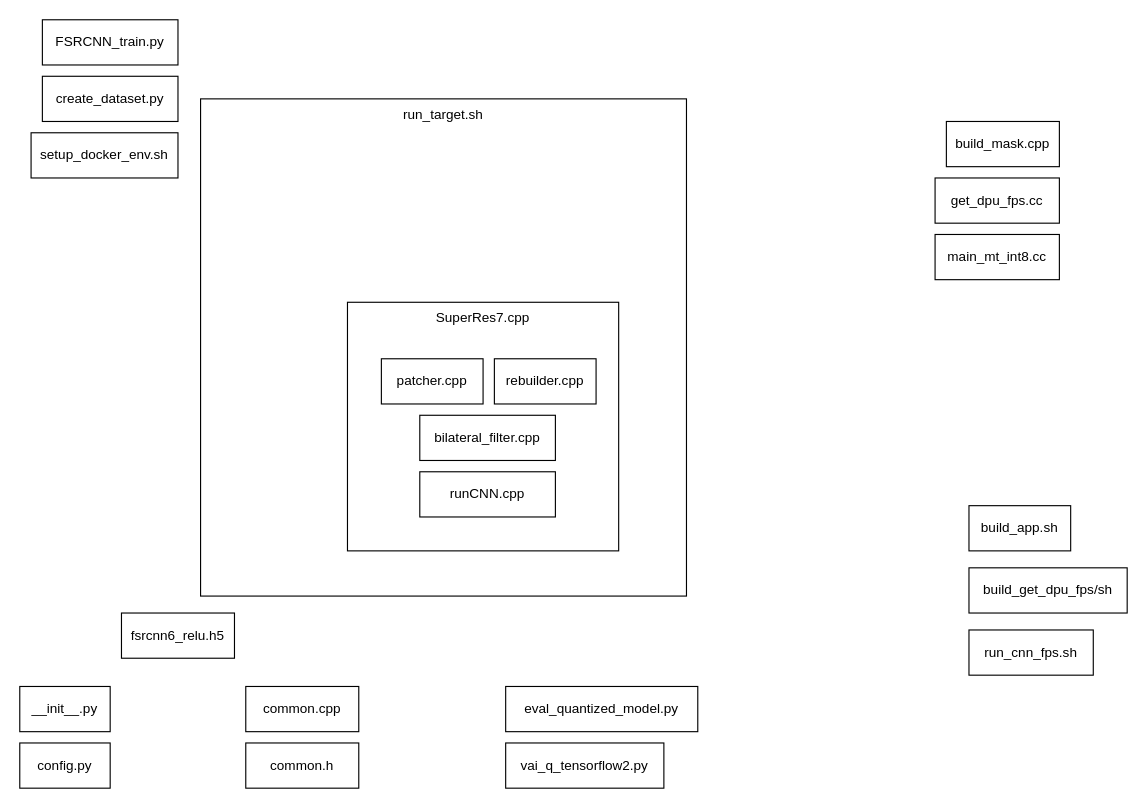
Above: doc/superres7.drawio in lubingau/7SuperRes (draw.io), before the change. Source tidied: cells renumbered, new cells numbered last; positions are measured from the earlier drawing's top-left corner, leaving out a move shared by most shapes. Both pictures are drawn from the tidied source at 113%, with x=0, y=0 at pixel (19, 19).
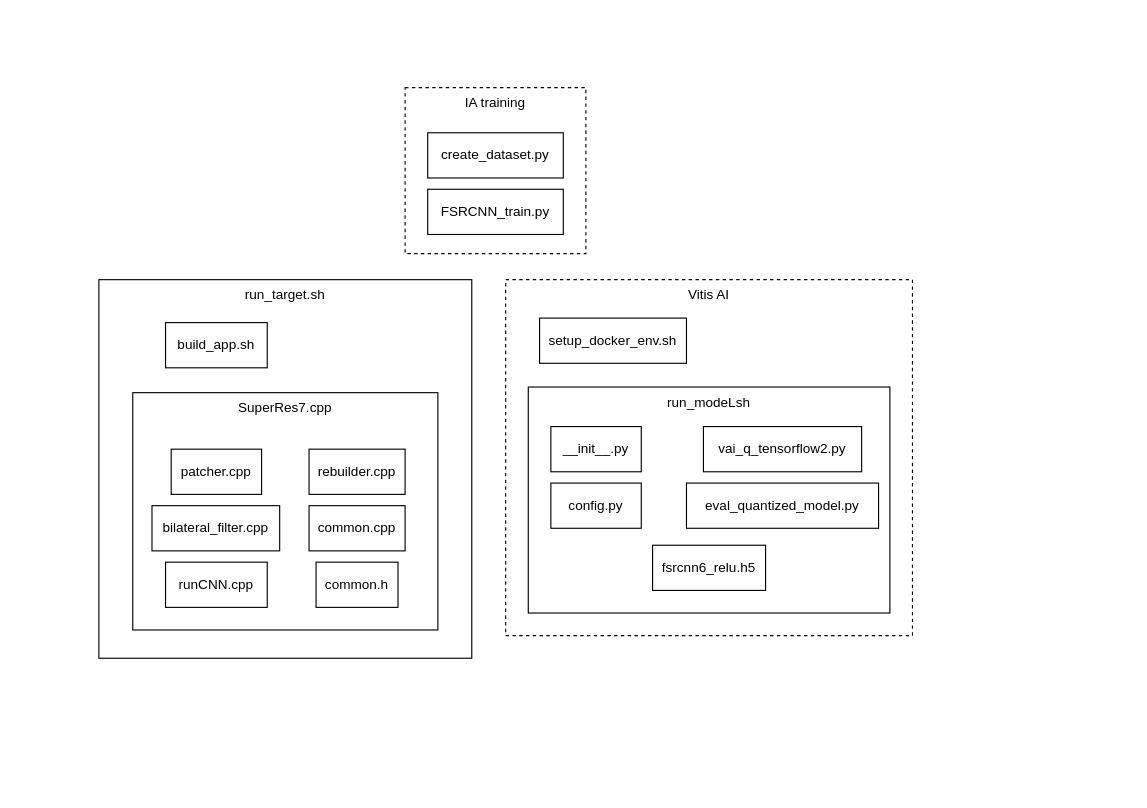
Above is the later version.

Diff of the diagram source:
```diff
@@
+    <mxCell id="24" value="Vitis AI" style="rounded=0;whiteSpace=wrap;html=1;dashed=1;horizontal=1;verticalAlign=top;" parent="1" vertex="1">
+      <mxGeometry x="430" y="230" width="360" height="315" as="geometry" />
+    </mxCell>
+    <mxCell id="25" value="run_modeLsh" style="rounded=0;whiteSpace=wrap;html=1;verticalAlign=top;" parent="1" vertex="1">
+      <mxGeometry x="450" y="325" width="320" height="200" as="geometry" />
+    </mxCell>
+    <mxCell id="26" value="IA training" style="rounded=0;whiteSpace=wrap;html=1;dashed=1;horizontal=1;verticalAlign=top;" parent="1" vertex="1">
+      <mxGeometry x="341" y="60" width="160" height="147" as="geometry" />
+    </mxCell>
     <mxCell id="2" value="run_target.sh" style="rounded=0;whiteSpace=wrap;html=1;align=center;verticalAlign=top;" parent="1" vertex="1">
-      <mxGeometry x="160" y="70" width="430" height="440" as="geometry" />
+      <mxGeometry x="70" y="230" width="330" height="335" as="geometry" />
     </mxCell>
     <mxCell id="3" value="SuperRes7.cpp" style="rounded=0;whiteSpace=wrap;html=1;align=center;verticalAlign=top;" parent="1" vertex="1">
-      <mxGeometry x="290" y="250" width="240" height="220" as="geometry" />
+      <mxGeometry x="100" y="330" width="270" height="210" as="geometry" />
     </mxCell>
     <mxCell id="4" value="patcher.cpp" style="rounded=0;whiteSpace=wrap;html=1;" parent="1" vertex="1">
-      <mxGeometry x="320" y="300" width="90" height="40" as="geometry" />
+      <mxGeometry x="134" y="380" width="80" height="40" as="geometry" />
     </mxCell>
     <mxCell id="5" value="rebuilder.cpp" style="rounded=0;whiteSpace=wrap;html=1;" parent="1" vertex="1">
-      <mxGeometry x="420" y="300" width="90" height="40" as="geometry" />
+      <mxGeometry x="256" y="380" width="85" height="40" as="geometry" />
     </mxCell>
     <mxCell id="6" value="bilateral_filter.cpp" style="rounded=0;whiteSpace=wrap;html=1;" parent="1" vertex="1">
-      <mxGeometry x="354" y="350" width="120" height="40" as="geometry" />
+      <mxGeometry x="117" y="430" width="113" height="40" as="geometry" />
     </mxCell>
     <mxCell id="7" value="runCNN.cpp" style="rounded=0;whiteSpace=wrap;html=1;" parent="1" vertex="1">
-      <mxGeometry x="354" y="400" width="120" height="40" as="geometry" />
+      <mxGeometry x="129" y="480" width="90" height="40" as="geometry" />
     </mxCell>
-    <mxCell id="8" value="build_mask.cpp" style="rounded=0;whiteSpace=wrap;html=1;" parent="1" vertex="1">
-      <mxGeometry x="820" y="90" width="100" height="40" as="geometry" />
-    </mxCell>
-    <mxCell id="9" value="get_dpu_fps.cc" style="rounded=0;whiteSpace=wrap;html=1;" parent="1" vertex="1">
-      <mxGeometry x="810" y="140" width="110" height="40" as="geometry" />
-    </mxCell>
-    <mxCell id="10" value="main_mt_int8.cc" style="rounded=0;whiteSpace=wrap;html=1;" parent="1" vertex="1">
-      <mxGeometry x="810" y="190" width="110" height="40" as="geometry" />
-    </mxCell>
     <mxCell id="11" value="build_app.sh" style="rounded=0;whiteSpace=wrap;html=1;" parent="1" vertex="1">
-      <mxGeometry x="840" y="430" width="90" height="40" as="geometry" />
+      <mxGeometry x="129" y="268" width="90" height="40" as="geometry" />
     </mxCell>
-    <mxCell id="12" value="build_get_dpu_fps/sh" style="rounded=0;whiteSpace=wrap;html=1;" parent="1" vertex="1">
-      <mxGeometry x="840" y="485" width="140" height="40" as="geometry" />
-    </mxCell>
-    <mxCell id="13" value="run_cnn_fps.sh" style="rounded=0;whiteSpace=wrap;html=1;" parent="1" vertex="1">
-      <mxGeometry x="840" y="540" width="110" height="40" as="geometry" />
-    </mxCell>
     <mxCell id="14" value="common.cpp" style="rounded=0;whiteSpace=wrap;html=1;" parent="1" vertex="1">
-      <mxGeometry x="200" y="590" width="100" height="40" as="geometry" />
+      <mxGeometry x="256" y="430" width="85" height="40" as="geometry" />
     </mxCell>
     <mxCell id="15" value="common.h" style="rounded=0;whiteSpace=wrap;html=1;" parent="1" vertex="1">
-      <mxGeometry x="200" y="640" width="100" height="40" as="geometry" />
+      <mxGeometry x="262.2" y="480" width="72.5" height="40" as="geometry" />
     </mxCell>
     <mxCell id="16" value="eval_quantized_model.py" style="rounded=0;whiteSpace=wrap;html=1;" parent="1" vertex="1">
-      <mxGeometry x="430" y="590" width="170" height="40" as="geometry" />
+      <mxGeometry x="590" y="410" width="170" height="40" as="geometry" />
     </mxCell>
     <mxCell id="17" value="vai_q_tensorflow2.py" style="rounded=0;whiteSpace=wrap;html=1;" parent="1" vertex="1">
-      <mxGeometry x="430" y="640" width="140" height="40" as="geometry" />
+      <mxGeometry x="605" y="360" width="140" height="40" as="geometry" />
     </mxCell>
-    <mxCell id="18" value="__init__.py" style="rounded=0;whiteSpace=wrap;html=1;" parent="1" vertex="1">
-      <mxGeometry y="590" width="80" height="40" as="geometry" />
-    </mxCell>
     <mxCell id="19" value="config.py" style="rounded=0;whiteSpace=wrap;html=1;" parent="1" vertex="1">
-      <mxGeometry y="640" width="80" height="40" as="geometry" />
+      <mxGeometry x="470" y="410" width="80" height="40" as="geometry" />
     </mxCell>
     <mxCell id="20" value="fsrcnn6_relu.h5" style="rounded=0;whiteSpace=wrap;html=1;" parent="1" vertex="1">
-      <mxGeometry x="90" y="525" width="100" height="40" as="geometry" />
+      <mxGeometry x="560" y="465" width="100" height="40" as="geometry" />
     </mxCell>
     <mxCell id="21" value="FSRCNN_train.py" style="rounded=0;whiteSpace=wrap;html=1;" parent="1" vertex="1">
-      <mxGeometry x="20" width="120" height="40" as="geometry" />
+      <mxGeometry x="361" y="150" width="120" height="40" as="geometry" />
     </mxCell>
     <mxCell id="22" value="create_dataset.py" style="rounded=0;whiteSpace=wrap;html=1;" parent="1" vertex="1">
-      <mxGeometry x="20" y="50" width="120" height="40" as="geometry" />
+      <mxGeometry x="361" y="100" width="120" height="40" as="geometry" />
     </mxCell>
     <mxCell id="23" value="setup_docker_env.sh" style="rounded=0;whiteSpace=wrap;html=1;" parent="1" vertex="1">
-      <mxGeometry x="10" y="100" width="130" height="40" as="geometry" />
+      <mxGeometry x="460" y="264" width="130" height="40" as="geometry" />
     </mxCell>
+    <mxCell id="18" value="__init__.py" style="rounded=0;whiteSpace=wrap;html=1;" parent="1" vertex="1">
+      <mxGeometry x="470" y="360" width="80" height="40" as="geometry" />
+    </mxCell>
```
